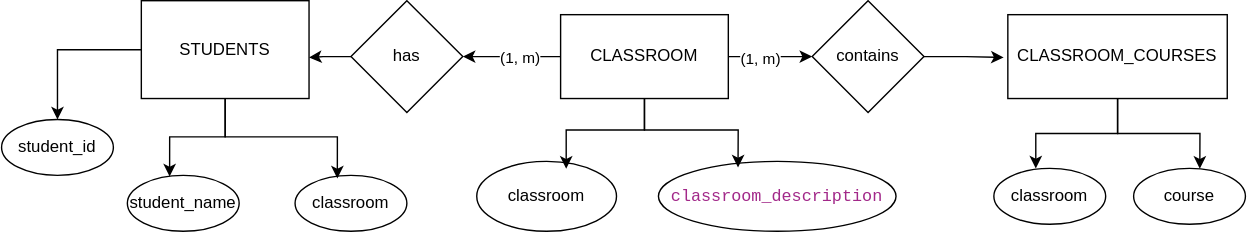
Before: assets/diagram-de-chen.svg, a diagram exported from draw.io (danielmuntyanu/p5-ej-DB-Normalization-Students-Classrooms-Courses). Source tidied: cells renumbered, new cells last; positions are measured from the earlier drawing's top-left corner, leaving out a move shared by most shapes.
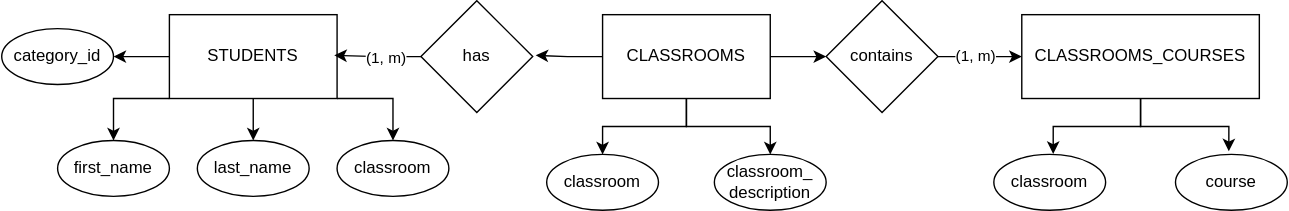
The same diagram one commit later.

Commit message:
feat: updating project with separate student_name to first_name and last_name

What changed in the source:
```diff
@@ -2,80 +2,94 @@
   <root>
     <mxCell id="0" />
     <mxCell id="1" parent="0" />
-    <mxCell id="2" style="edgeStyle=orthogonalEdgeStyle;rounded=0;jettySize=auto;html=1;" parent="1" edge="1" source="6" target="11">
-      <mxGeometry relative="1" as="geometry" />
-    </mxCell>
+    <mxCell id="27" style="edgeStyle=orthogonalEdgeStyle;rounded=0;jettySize=auto;html=1;entryX=0.5;entryY=0;entryDx=0;entryDy=0;" parent="1" edge="1" source="30" target="33">
+      <mxGeometry relative="1" as="geometry" />
+    </mxCell>
+    <mxCell id="28" style="edgeStyle=orthogonalEdgeStyle;rounded=0;jettySize=auto;html=1;entryX=0;entryY=0.5;entryDx=0;entryDy=0;" parent="1" edge="1" source="30" target="13">
+      <mxGeometry relative="1" as="geometry" />
+    </mxCell>
+    <mxCell id="29" style="edgeStyle=orthogonalEdgeStyle;rounded=0;jettySize=auto;html=1;entryX=0.5;entryY=0;entryDx=0;entryDy=0;" parent="1" edge="1" source="30" target="40">
+      <mxGeometry relative="1" as="geometry" />
+    </mxCell>
+    <mxCell id="30" value="CLASSROOMS" style="rounded=0;whiteSpace=wrap;html=1;fillColor=light-dark(#FFFFFF,#0000CC);" parent="1" vertex="1">
+      <mxGeometry x="360" y="350" width="120" height="60" as="geometry" />
+    </mxCell>
+    <mxCell id="31" value="CLASSROOMS_COURSES" style="rounded=0;whiteSpace=wrap;html=1;fillColor=light-dark(#FFFFFF,#0000CC);" parent="1" vertex="1">
+      <mxGeometry x="660" y="350" width="170" height="60" as="geometry" />
+    </mxCell>
+    <mxCell id="32" value="&lt;div&gt;classroom&lt;/div&gt;" style="ellipse;whiteSpace=wrap;html=1;rounded=0;fillColor=light-dark(#FFFFFF,#009900);" parent="1" vertex="1">
+      <mxGeometry x="640" y="450" width="80" height="40" as="geometry" />
+    </mxCell>
+    <mxCell id="33" value="&lt;div&gt;classroom&lt;/div&gt;" style="ellipse;whiteSpace=wrap;html=1;rounded=0;fillColor=light-dark(#FFFFFF,#009900);" parent="1" vertex="1">
+      <mxGeometry x="320" y="450" width="80" height="40" as="geometry" />
+    </mxCell>
+    <mxCell id="34" style="edgeStyle=orthogonalEdgeStyle;rounded=0;jettySize=auto;html=1;" parent="1" edge="1" source="8" target="45">
+      <mxGeometry relative="1" as="geometry">
+        <Array as="points">
+          <mxPoint x="210" y="410" />
+        </Array>
+      </mxGeometry>
+    </mxCell>
+    <mxCell id="35" style="edgeStyle=orthogonalEdgeStyle;rounded=0;jettySize=auto;html=1;" parent="1" edge="1" source="8" target="37">
+      <mxGeometry relative="1" as="geometry" />
+    </mxCell>
+    <mxCell id="36" style="edgeStyle=orthogonalEdgeStyle;rounded=0;jettySize=auto;html=1;entryX=0.5;entryY=0;entryDx=0;entryDy=0;" parent="1" edge="1" source="8" target="44">
+      <mxGeometry relative="1" as="geometry">
+        <Array as="points">
+          <mxPoint x="10" y="410" />
+        </Array>
+      </mxGeometry>
+    </mxCell>
+    <mxCell id="8" value="STUDENTS" style="rounded=0;whiteSpace=wrap;html=1;fillColor=light-dark(#FFFFFF,#0000CC);" parent="1" vertex="1">
+      <mxGeometry x="50" y="350" width="120" height="60" as="geometry" />
+    </mxCell>
+    <mxCell id="37" value="&lt;div&gt;category_id&lt;/div&gt;" style="ellipse;whiteSpace=wrap;html=1;rounded=0;fillColor=light-dark(#FFFFFF,#009900);" parent="1" vertex="1">
+      <mxGeometry x="-70" y="360" width="80" height="40" as="geometry" />
+    </mxCell>
+    <mxCell id="11" value="has" style="rhombus;whiteSpace=wrap;html=1;rounded=0;fillColor=light-dark(#FFFFFF,#666600);" parent="1" vertex="1">
+      <mxGeometry x="230" y="340" width="80" height="80" as="geometry" />
+    </mxCell>
+    <mxCell id="38" style="edgeStyle=orthogonalEdgeStyle;rounded=0;jettySize=auto;html=1;entryX=0;entryY=0.5;entryDx=0;entryDy=0;" parent="1" edge="1" source="13" target="31">
+      <mxGeometry relative="1" as="geometry" />
+    </mxCell>
+    <mxCell id="5" value="(1, m)" style="edgeLabel;html=1;align=center;verticalAlign=middle;" parent="38" vertex="1">
+      <mxGeometry x="-0.13" y="1" relative="1" as="geometry" />
+    </mxCell>
+    <mxCell id="13" value="contains" style="rhombus;whiteSpace=wrap;html=1;rounded=0;fillColor=light-dark(#FFFFFF,#666600);" parent="1" vertex="1">
+      <mxGeometry x="520" y="340" width="80" height="80" as="geometry" />
+    </mxCell>
+    <mxCell id="39" style="edgeStyle=orthogonalEdgeStyle;rounded=0;jettySize=auto;html=1;entryX=1.026;entryY=0.489;entryDx=0;entryDy=0;entryPerimeter=0;" parent="1" edge="1" source="30" target="11">
+      <mxGeometry relative="1" as="geometry" />
+    </mxCell>
+    <mxCell id="12" style="edgeStyle=orthogonalEdgeStyle;rounded=0;jettySize=auto;html=1;entryX=0.983;entryY=0.485;entryDx=0;entryDy=0;entryPerimeter=0;" parent="1" edge="1" source="11" target="8">
+      <mxGeometry relative="1" as="geometry" />
+    </mxCell>
-    <mxCell id="3" value="(1, m&lt;span style=&quot;color: light-dark(rgb(0, 0, 0), rgb(255, 255, 255));&quot;&gt;)&lt;/span&gt;" style="edgeLabel;html=1;align=center;verticalAlign=middle;" parent="2" vertex="1">
-      <mxGeometry x="-0.15" relative="1" as="geometry" />
+    <mxCell id="3" value="(1, m&lt;span style=&quot;background-color: light-dark(#ffffff, var(--ge-dark-color, #121212)); color: light-dark(rgb(0, 0, 0), rgb(255, 255, 255));&quot;&gt;)&lt;/span&gt;" style="edgeLabel;html=1;align=center;verticalAlign=middle;" parent="12" vertex="1">
+      <mxGeometry x="-0.19" relative="1" as="geometry" />
     </mxCell>
-    <mxCell id="4" style="edgeStyle=orthogonalEdgeStyle;rounded=0;jettySize=auto;html=1;" parent="1" edge="1" source="6" target="13">
-      <mxGeometry relative="1" as="geometry" />
-    </mxCell>
-    <mxCell id="5" value="(1, m)" style="edgeLabel;html=1;align=center;verticalAlign=middle;" parent="4" vertex="1">
-      <mxGeometry x="-0.23" y="-1" relative="1" as="geometry" />
-    </mxCell>
-    <mxCell id="6" value="CLASSROOM" style="rounded=0;whiteSpace=wrap;html=1;fillColor=light-dark(#FFFFFF,#0000CC);" parent="1" vertex="1">
-      <mxGeometry x="400" y="10" width="120" height="60" as="geometry" />
-    </mxCell>
-    <mxCell id="7" style="edgeStyle=orthogonalEdgeStyle;rounded=0;jettySize=auto;html=1;" parent="1" edge="1" source="8" target="10">
-      <mxGeometry relative="1" as="geometry" />
-    </mxCell>
-    <mxCell id="8" value="STUDENTS" style="rounded=0;whiteSpace=wrap;html=1;fillColor=light-dark(#FFFFFF,#0000CC);" parent="1" vertex="1">
-      <mxGeometry x="100" width="120" height="70" as="geometry" />
-    </mxCell>
-    <mxCell id="9" value="CLASSROOM_COURSES" style="rounded=0;whiteSpace=wrap;html=1;fillColor=light-dark(#FFFFFF,#0000CC);" parent="1" vertex="1">
-      <mxGeometry x="720" y="10" width="157" height="60" as="geometry" />
-    </mxCell>
-    <mxCell id="10" value="student_id" style="ellipse;whiteSpace=wrap;html=1;rounded=0;fillColor=light-dark(#FFFFFF,#009900);" parent="1" vertex="1">
-      <mxGeometry y="85" width="80" height="40" as="geometry" />
-    </mxCell>
-    <mxCell id="11" value="has" style="rhombus;whiteSpace=wrap;html=1;rounded=0;fillColor=light-dark(#FFFFFF,#666600);" parent="1" vertex="1">
-      <mxGeometry x="250" width="80" height="80" as="geometry" />
-    </mxCell>
-    <mxCell id="12" style="edgeStyle=orthogonalEdgeStyle;rounded=0;jettySize=auto;html=1;entryX=1;entryY=0.581;entryDx=0;entryDy=0;entryPerimeter=0;" parent="1" edge="1" source="11" target="8">
-      <mxGeometry relative="1" as="geometry" />
-    </mxCell>
-    <mxCell id="13" value="contains" style="rhombus;whiteSpace=wrap;html=1;rounded=0;fillColor=light-dark(#FFFFFF,#666600);" parent="1" vertex="1">
-      <mxGeometry x="580" width="80" height="80" as="geometry" />
-    </mxCell>
-    <mxCell id="14" style="edgeStyle=orthogonalEdgeStyle;rounded=0;jettySize=auto;html=1;entryX=-0.019;entryY=0.51;entryDx=0;entryDy=0;entryPerimeter=0;" parent="1" edge="1" source="13" target="9">
-      <mxGeometry relative="1" as="geometry" />
-    </mxCell>
-    <mxCell id="15" value="student_name" style="ellipse;whiteSpace=wrap;html=1;rounded=0;fillColor=light-dark(#FFFFFF,#009900);" parent="1" vertex="1">
-      <mxGeometry x="90" y="125" width="80" height="40" as="geometry" />
-    </mxCell>
-    <mxCell id="16" style="edgeStyle=orthogonalEdgeStyle;rounded=0;jettySize=auto;html=1;entryX=0.378;entryY=0.018;entryDx=0;entryDy=0;entryPerimeter=0;" parent="1" edge="1" source="8" target="15">
-      <mxGeometry relative="1" as="geometry" />
-    </mxCell>
-    <mxCell id="17" value="classroom" style="ellipse;whiteSpace=wrap;html=1;rounded=0;fillColor=light-dark(#FFFFFF,#009900);" parent="1" vertex="1">
-      <mxGeometry x="210" y="125" width="80" height="40" as="geometry" />
-    </mxCell>
-    <mxCell id="18" style="edgeStyle=orthogonalEdgeStyle;rounded=0;jettySize=auto;html=1;entryX=0.378;entryY=0.054;entryDx=0;entryDy=0;entryPerimeter=0;" parent="1" edge="1" source="8" target="17">
-      <mxGeometry relative="1" as="geometry" />
-    </mxCell>
-    <mxCell id="19" value="classroom" style="ellipse;whiteSpace=wrap;html=1;rounded=0;fillColor=light-dark(#FFFFFF,#009900);" parent="1" vertex="1">
-      <mxGeometry x="340" y="115" width="100" height="50" as="geometry" />
-    </mxCell>
-    <mxCell id="20" value="&lt;div style=&quot;font-family: Menlo, Monaco, &amp;quot;Courier New&amp;quot;, monospace; line-height: 18px; white-space: pre;&quot;&gt;&lt;span&gt;&lt;font style=&quot;color: light-dark(rgb(162, 40, 137), rgb(255, 255, 255));&quot;&gt;classroom_description&lt;/font&gt;&lt;/span&gt;&lt;/div&gt;" style="ellipse;whiteSpace=wrap;html=1;rounded=0;fillColor=light-dark(#FFFFFF,#009900);labelBackgroundColor=none;" parent="1" vertex="1">
-      <mxGeometry x="470" y="115" width="170" height="50" as="geometry" />
-    </mxCell>
-    <mxCell id="21" value="classroom" style="ellipse;whiteSpace=wrap;html=1;rounded=0;fillColor=light-dark(#FFFFFF,#009900);" parent="1" vertex="1">
-      <mxGeometry x="710" y="120" width="80" height="40" as="geometry" />
-    </mxCell>
+    <mxCell id="40" value="&lt;div&gt;classroom_&lt;/div&gt;&lt;div&gt;description&lt;/div&gt;" style="ellipse;whiteSpace=wrap;html=1;rounded=0;fillColor=light-dark(#FFFFFF,#009900);" parent="1" vertex="1">
+      <mxGeometry x="440" y="450" width="80" height="40" as="geometry" />
+    </mxCell>
-    <mxCell id="22" value="course" style="ellipse;whiteSpace=wrap;html=1;rounded=0;fillColor=light-dark(#FFFFFF,#009900);" parent="1" vertex="1">
-      <mxGeometry x="810" y="120" width="80" height="40" as="geometry" />
+    <mxCell id="22" value="&lt;div&gt;course&lt;/div&gt;" style="ellipse;whiteSpace=wrap;html=1;rounded=0;fillColor=light-dark(#FFFFFF,#009900);" parent="1" vertex="1">
+      <mxGeometry x="770" y="450" width="80" height="40" as="geometry" />
     </mxCell>
-    <mxCell id="23" style="edgeStyle=orthogonalEdgeStyle;rounded=0;jettySize=auto;html=1;entryX=0.64;entryY=0.105;entryDx=0;entryDy=0;entryPerimeter=0;" parent="1" edge="1" source="6" target="19">
-      <mxGeometry relative="1" as="geometry" />
-    </mxCell>
-    <mxCell id="24" style="edgeStyle=orthogonalEdgeStyle;rounded=0;jettySize=auto;html=1;entryX=0.335;entryY=0.086;entryDx=0;entryDy=0;entryPerimeter=0;" parent="1" edge="1" source="6" target="20">
-      <mxGeometry relative="1" as="geometry" />
-    </mxCell>
-    <mxCell id="25" style="edgeStyle=orthogonalEdgeStyle;rounded=0;jettySize=auto;html=1;entryX=0.375;entryY=0;entryDx=0;entryDy=0;entryPerimeter=0;" parent="1" edge="1" source="9" target="21">
-      <mxGeometry relative="1" as="geometry" />
-    </mxCell>
-    <mxCell id="26" style="edgeStyle=orthogonalEdgeStyle;rounded=0;jettySize=auto;html=1;entryX=0.592;entryY=0.006;entryDx=0;entryDy=0;entryPerimeter=0;" parent="1" edge="1" source="9" target="22">
-      <mxGeometry relative="1" as="geometry" />
-    </mxCell>
+    <mxCell id="41" style="edgeStyle=orthogonalEdgeStyle;rounded=0;jettySize=auto;html=1;entryX=0.531;entryY=-0.009;entryDx=0;entryDy=0;entryPerimeter=0;" parent="1" edge="1" source="31" target="32">
+      <mxGeometry relative="1" as="geometry" />
+    </mxCell>
+    <mxCell id="42" style="edgeStyle=orthogonalEdgeStyle;rounded=0;jettySize=auto;html=1;entryX=0.477;entryY=-0.056;entryDx=0;entryDy=0;entryPerimeter=0;" parent="1" edge="1" source="31" target="22">
+      <mxGeometry relative="1" as="geometry" />
+    </mxCell>
+    <mxCell id="43" value="&lt;div&gt;last_name&lt;/div&gt;" style="ellipse;whiteSpace=wrap;html=1;rounded=0;fillColor=light-dark(#FFFFFF,#009900);" parent="1" vertex="1">
+      <mxGeometry x="70" y="440" width="80" height="40" as="geometry" />
+    </mxCell>
+    <mxCell id="44" value="&lt;div&gt;first_name&lt;/div&gt;" style="ellipse;whiteSpace=wrap;html=1;rounded=0;fillColor=light-dark(#FFFFFF,#009900);" parent="1" vertex="1">
+      <mxGeometry x="-30" y="440" width="80" height="40" as="geometry" />
+    </mxCell>
+    <mxCell id="45" value="&lt;div&gt;classroom&lt;/div&gt;" style="ellipse;whiteSpace=wrap;html=1;rounded=0;fillColor=light-dark(#FFFFFF,#009900);" parent="1" vertex="1">
+      <mxGeometry x="170" y="440" width="80" height="40" as="geometry" />
+    </mxCell>
+    <mxCell id="46" style="edgeStyle=orthogonalEdgeStyle;rounded=0;jettySize=auto;html=1;entryX=0.5;entryY=0;entryDx=0;entryDy=0;" parent="1" edge="1" source="8" target="43">
+      <mxGeometry relative="1" as="geometry" />
+    </mxCell>
   </root>
 </mxGraphModel>
```
